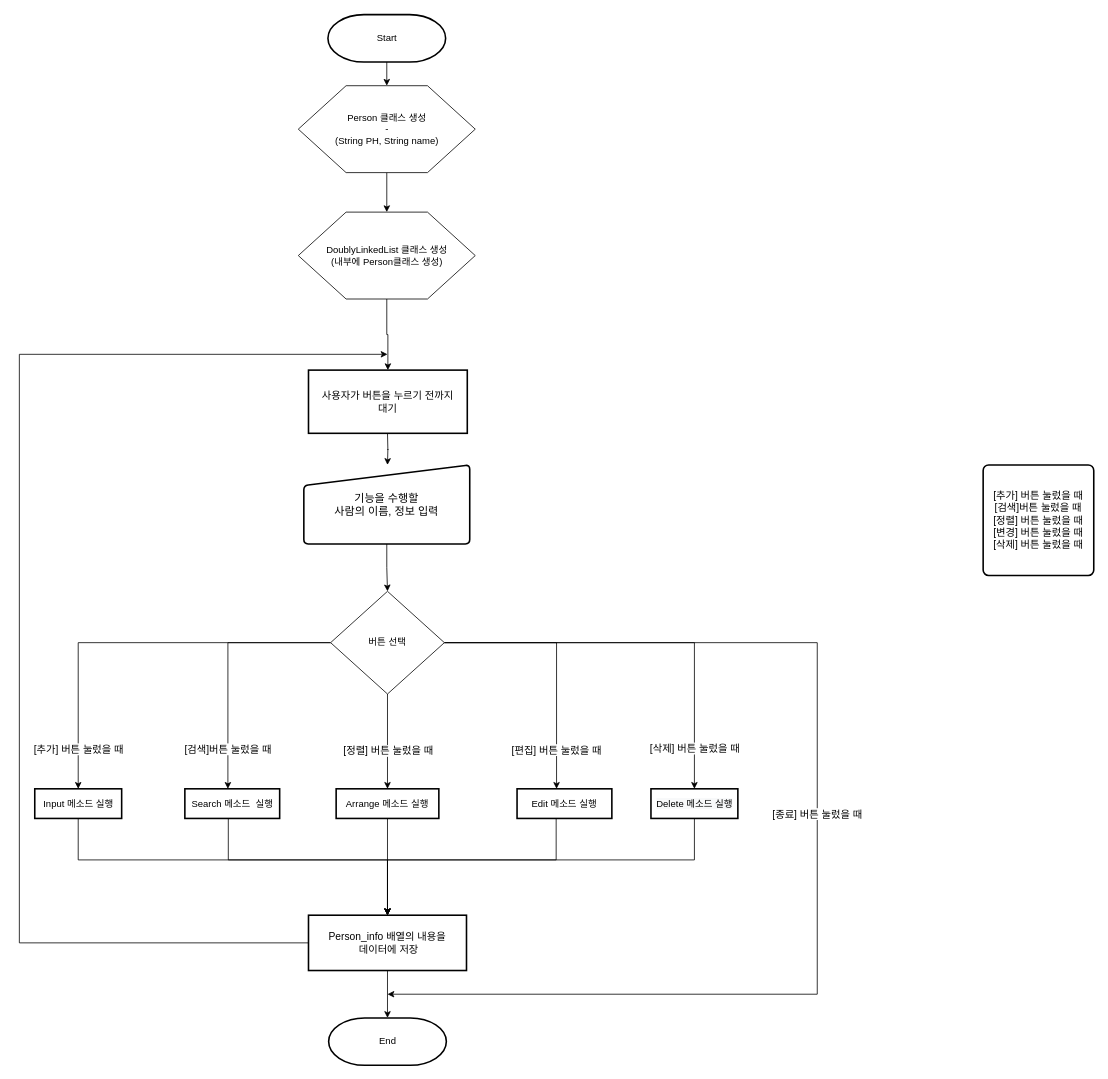
The draw.io diagram 순서도/전화번호관리부 main 함수 순서도_Java.drawio in skatld123/PH_list_java, before the edit. Source tidied: cells renumbered, new cells numbered last; positions are measured from the earlier drawing's top-left corner, leaving out a move shared by most shapes. Both pictures are drawn from the tidied source at 79%, with x=0, y=0 at pixel (19, 14).
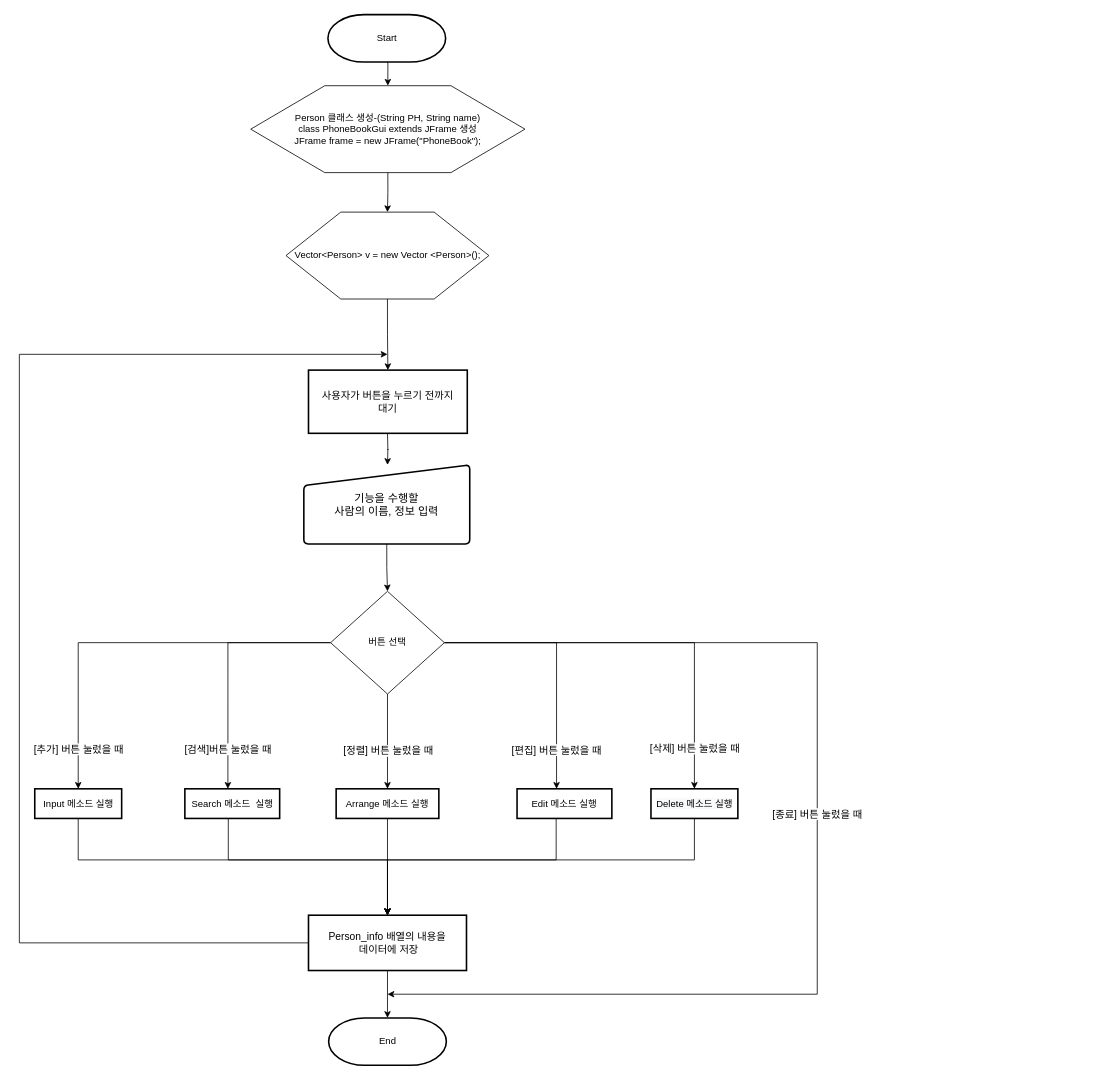
After the change.

Commit message:
전화번호관리부 main 함수 순서도_Java.drawio 업데이트

What changed in the source:
```diff
@@
-    <mxCell id="6" value="Person 클래스 생성&lt;br&gt;-&lt;br&gt;(String PH, String name)&lt;br&gt;" style="verticalLabelPosition=middle;verticalAlign=middle;html=1;shape=hexagon;perimeter=hexagonPerimeter2;arcSize=6;size=0.27;labelPosition=center;align=center;" parent="1" vertex="1">
-      <mxGeometry x="353.1" y="90" width="224" height="110" as="geometry" />
+    <mxCell id="6" value="Person 클래스 생성-(String PH, String name)&lt;br&gt;class PhoneBookGui extends JFrame 생성&lt;br&gt;JFrame frame = new JFrame(&quot;PhoneBook&quot;);" style="verticalLabelPosition=middle;verticalAlign=middle;html=1;shape=hexagon;perimeter=hexagonPerimeter2;arcSize=6;size=0.27;labelPosition=center;align=center;" parent="1" vertex="1">
+      <mxGeometry x="292.9" y="90" width="347.1" height="110" as="geometry" />
     </mxCell>
@@
-    <mxCell id="24" value="&lt;span style=&quot;background-color: rgb(255 , 255 , 255)&quot;&gt;[추가] 버튼 눌렀을 때&lt;br&gt;&lt;/span&gt;&lt;span style=&quot;background-color: rgb(255 , 255 , 255)&quot;&gt;[검색]버튼 눌렀을 때&lt;br&gt;&lt;/span&gt;&lt;span style=&quot;background-color: rgb(255 , 255 , 255)&quot;&gt;[정렬] 버튼 눌렀을 때&lt;br&gt;&lt;/span&gt;&lt;span style=&quot;background-color: rgb(255 , 255 , 255)&quot;&gt;[변경] 버튼 눌렀을 때&lt;br&gt;&lt;/span&gt;&lt;span style=&quot;background-color: rgb(255 , 255 , 255)&quot;&gt;[삭제] 버튼 눌렀을 때&lt;/span&gt;&lt;span style=&quot;background-color: rgb(255 , 255 , 255)&quot;&gt;&lt;br&gt;&lt;/span&gt;" style="rounded=1;whiteSpace=wrap;html=1;absoluteArcSize=1;arcSize=14;strokeWidth=2;fontSize=13;" parent="1" vertex="1">
-      <mxGeometry x="1220" y="570" width="140" height="140" as="geometry" />
-    </mxCell>
@@
-    <mxCell id="37" value="DoublyLinkedList 클래스 생성&lt;br&gt;(내부에 Person클래스 생성)" style="verticalLabelPosition=middle;verticalAlign=middle;html=1;shape=hexagon;perimeter=hexagonPerimeter2;arcSize=6;size=0.27;labelPosition=center;align=center;" parent="1" vertex="1">
-      <mxGeometry x="353.1" y="250" width="224" height="110" as="geometry" />
+    <mxCell id="37" value="Vector&amp;lt;Person&amp;gt; v = new Vector &amp;lt;Person&amp;gt;();" style="verticalLabelPosition=middle;verticalAlign=middle;html=1;shape=hexagon;perimeter=hexagonPerimeter2;arcSize=6;size=0.27;labelPosition=center;align=center;" parent="1" vertex="1">
+      <mxGeometry x="337.5" y="250" width="256.9" height="110" as="geometry" />
     </mxCell>
```
